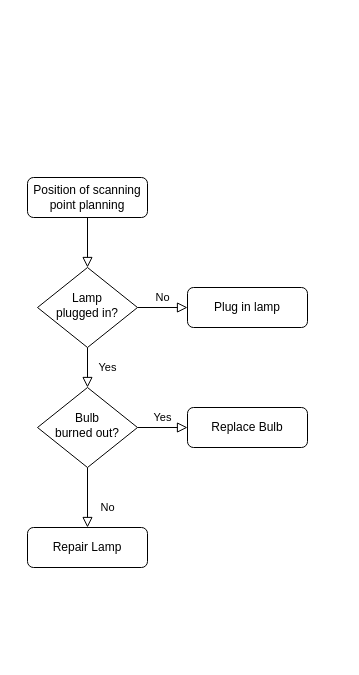
Above: Flowchart_pointCloud_TLS.drawio in fbrandao2k/Point_Cloud_TLS (draw.io), before the change. Source tidied: cells renumbered, new cells numbered last; positions are measured from the earlier drawing's top-left corner, leaving out a move shared by most shapes. Both pictures are drawn from the tidied source at 100%, with x=0, y=0 at pixel (27, 177).
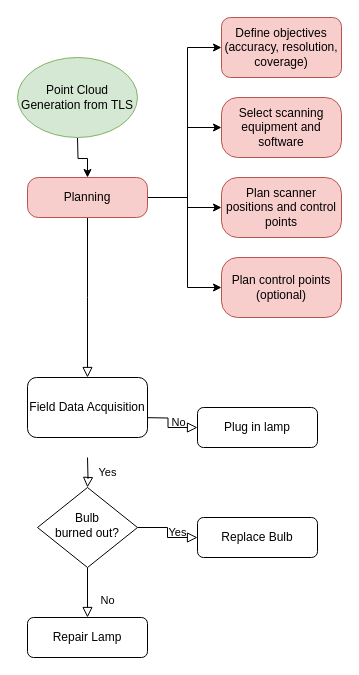
After the change.

What changed in the source:
```diff
@@
-    <mxCell id="2" style="rounded=0;html=1;jettySize=auto;fontSize=11;endArrow=block;endFill=0;endSize=8;strokeWidth=1;shadow=0;labelBackgroundColor=none;edgeStyle=orthogonalEdgeStyle;" parent="1" edge="1" source="3" target="6">
-      <mxGeometry relative="1" as="geometry" />
+    <mxCell id="2" style="rounded=0;html=1;jettySize=auto;fontSize=11;endArrow=block;endFill=0;endSize=8;strokeWidth=1;shadow=0;labelBackgroundColor=none;edgeStyle=orthogonalEdgeStyle;" parent="1" edge="1" source="3">
+      <mxGeometry relative="1" as="geometry">
+        <mxPoint x="60" y="200" as="targetPoint" />
+      </mxGeometry>
     </mxCell>
+    <mxCell id="13" style="edgeStyle=orthogonalEdgeStyle;rounded=0;jettySize=auto;html=1;" parent="1" edge="1" source="3" target="19">
+      <mxGeometry relative="1" as="geometry">
+        <Array as="points">
+          <mxPoint x="160" y="20" />
+          <mxPoint x="160" y="-130" />
+        </Array>
+      </mxGeometry>
+    </mxCell>
+    <mxCell id="14" style="edgeStyle=orthogonalEdgeStyle;rounded=0;jettySize=auto;html=1;" parent="1" edge="1" source="3" target="20">
+      <mxGeometry relative="1" as="geometry">
+        <Array as="points">
+          <mxPoint x="160" y="20" />
+          <mxPoint x="160" y="-50" />
+        </Array>
+      </mxGeometry>
+    </mxCell>
+    <mxCell id="15" style="edgeStyle=orthogonalEdgeStyle;rounded=0;jettySize=auto;html=1;" parent="1" edge="1" source="3" target="21">
+      <mxGeometry relative="1" as="geometry">
+        <Array as="points">
+          <mxPoint x="160" y="20" />
+          <mxPoint x="160" y="30" />
+        </Array>
+      </mxGeometry>
+    </mxCell>
+    <mxCell id="16" style="edgeStyle=orthogonalEdgeStyle;rounded=0;jettySize=auto;html=1;" parent="1" edge="1" source="3" target="22">
+      <mxGeometry relative="1" as="geometry">
+        <Array as="points">
+          <mxPoint x="160" y="20" />
+          <mxPoint x="160" y="110" />
+        </Array>
+      </mxGeometry>
+    </mxCell>
-    <mxCell id="3" value="Position of scanning point planning" style="rounded=1;whiteSpace=wrap;html=1;fontSize=12;glass=0;strokeWidth=1;shadow=0;" parent="1" vertex="1">
+    <mxCell id="3" value="Planning" style="rounded=1;whiteSpace=wrap;html=1;fontSize=12;glass=0;strokeWidth=1;shadow=0;fillColor=#f8cecc;strokeColor=#b85450;arcSize=27;" parent="1" vertex="1">
       <mxGeometry width="120" height="40" as="geometry" />
     </mxCell>
-    <mxCell id="4" value="Yes" style="rounded=0;html=1;jettySize=auto;fontSize=11;endArrow=block;endFill=0;endSize=8;strokeWidth=1;shadow=0;labelBackgroundColor=none;edgeStyle=orthogonalEdgeStyle;" parent="1" edge="1" source="6" target="10">
-      <mxGeometry y="20" relative="1" as="geometry" />
+    <mxCell id="4" value="Yes" style="rounded=0;html=1;jettySize=auto;fontSize=11;endArrow=block;endFill=0;endSize=8;strokeWidth=1;shadow=0;labelBackgroundColor=none;edgeStyle=orthogonalEdgeStyle;" parent="1" edge="1" target="10">
+      <mxGeometry y="20" relative="1" as="geometry">
+        <mxPoint x="60" y="280" as="sourcePoint" />
+      </mxGeometry>
     </mxCell>
-    <mxCell id="5" value="No" style="edgeStyle=orthogonalEdgeStyle;rounded=0;html=1;jettySize=auto;fontSize=11;endArrow=block;endFill=0;endSize=8;strokeWidth=1;shadow=0;labelBackgroundColor=none;" parent="1" edge="1" source="6" target="7">
-      <mxGeometry y="10" relative="1" as="geometry" />
+    <mxCell id="5" value="No" style="edgeStyle=orthogonalEdgeStyle;rounded=0;html=1;jettySize=auto;fontSize=11;endArrow=block;endFill=0;endSize=8;strokeWidth=1;shadow=0;labelBackgroundColor=none;" parent="1" edge="1" target="7">
+      <mxGeometry y="10" relative="1" as="geometry">
+        <mxPoint x="110" y="240" as="sourcePoint" />
+      </mxGeometry>
     </mxCell>
-    <mxCell id="6" value="Lamp&lt;br&gt;plugged in?" style="rhombus;whiteSpace=wrap;html=1;shadow=0;fontFamily=Helvetica;fontSize=12;align=center;strokeWidth=1;spacing=6;spacingTop=-4;" parent="1" vertex="1">
-      <mxGeometry x="10" y="90" width="100" height="80" as="geometry" />
-    </mxCell>
     <mxCell id="7" value="Plug in lamp" style="rounded=1;whiteSpace=wrap;html=1;fontSize=12;glass=0;strokeWidth=1;shadow=0;" parent="1" vertex="1">
-      <mxGeometry x="160" y="110" width="120" height="40" as="geometry" />
+      <mxGeometry x="170" y="230" width="120" height="40" as="geometry" />
     </mxCell>
@@
     <mxCell id="10" value="Bulb&lt;br&gt;burned out?" style="rhombus;whiteSpace=wrap;html=1;shadow=0;fontFamily=Helvetica;fontSize=12;align=center;strokeWidth=1;spacing=6;spacingTop=-4;" parent="1" vertex="1">
-      <mxGeometry x="10" y="210" width="100" height="80" as="geometry" />
+      <mxGeometry x="10" y="310" width="100" height="80" as="geometry" />
     </mxCell>
     <mxCell id="11" value="Repair Lamp" style="rounded=1;whiteSpace=wrap;html=1;fontSize=12;glass=0;strokeWidth=1;shadow=0;" parent="1" vertex="1">
-      <mxGeometry y="350" width="120" height="40" as="geometry" />
+      <mxGeometry y="440" width="120" height="40" as="geometry" />
     </mxCell>
     <mxCell id="12" value="Replace Bulb" style="rounded=1;whiteSpace=wrap;html=1;fontSize=12;glass=0;strokeWidth=1;shadow=0;" parent="1" vertex="1">
-      <mxGeometry x="160" y="230" width="120" height="40" as="geometry" />
+      <mxGeometry x="170" y="340" width="120" height="40" as="geometry" />
     </mxCell>
+    <mxCell id="17" style="edgeStyle=orthogonalEdgeStyle;rounded=0;jettySize=auto;html=1;" parent="1" edge="1" target="3">
+      <mxGeometry relative="1" as="geometry">
+        <mxPoint x="50" y="-40" as="sourcePoint" />
+      </mxGeometry>
+    </mxCell>
+    <mxCell id="18" value="Point Cloud Generation from TLS" style="ellipse;whiteSpace=wrap;html=1;fillColor=#d5e8d4;strokeColor=#82b366;" parent="1" vertex="1">
+      <mxGeometry x="-10" y="-120" width="120" height="80" as="geometry" />
+    </mxCell>
+    <mxCell id="19" value="Define objectives (accuracy, resolution, coverage)" style="whiteSpace=wrap;html=1;fillColor=#f8cecc;strokeColor=#b85450;rounded=1;glass=0;strokeWidth=1;shadow=0;" parent="1" vertex="1">
+      <mxGeometry x="194" y="-160" width="120" height="60" as="geometry" />
+    </mxCell>
+    <mxCell id="20" value="Select scanning equipment and software" style="whiteSpace=wrap;html=1;fillColor=#f8cecc;strokeColor=#b85450;rounded=1;glass=0;strokeWidth=1;shadow=0;arcSize=27;" parent="1" vertex="1">
+      <mxGeometry x="194" y="-80" width="120" height="60" as="geometry" />
+    </mxCell>
+    <mxCell id="21" value="Plan scanner positions and control points" style="whiteSpace=wrap;html=1;fillColor=#f8cecc;strokeColor=#b85450;rounded=1;glass=0;strokeWidth=1;shadow=0;arcSize=27;" parent="1" vertex="1">
+      <mxGeometry x="194" width="120" height="60" as="geometry" />
+    </mxCell>
+    <mxCell id="22" value="Plan control points (optional)" style="whiteSpace=wrap;html=1;fillColor=#f8cecc;strokeColor=#b85450;rounded=1;glass=0;strokeWidth=1;shadow=0;arcSize=27;" parent="1" vertex="1">
+      <mxGeometry x="194" y="80" width="120" height="60" as="geometry" />
+    </mxCell>
+    <mxCell id="23" value="Field Data Acquisition" style="rounded=1;whiteSpace=wrap;html=1;" parent="1" vertex="1">
+      <mxGeometry y="200" width="120" height="60" as="geometry" />
+    </mxCell>
```
